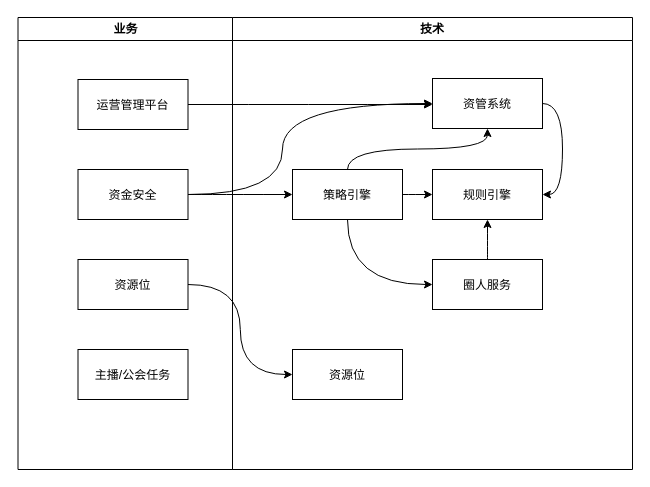
The draw.io diagram buss_to_tech.drawio in carlonelong/pics, before the edit. Source tidied: cells renumbered, new cells numbered last; positions are measured from the earlier drawing's top-left corner, leaving out a move shared by most shapes. Both pictures are drawn from the tidied source at 100%, with x=0, y=0 at pixel (18, 17).
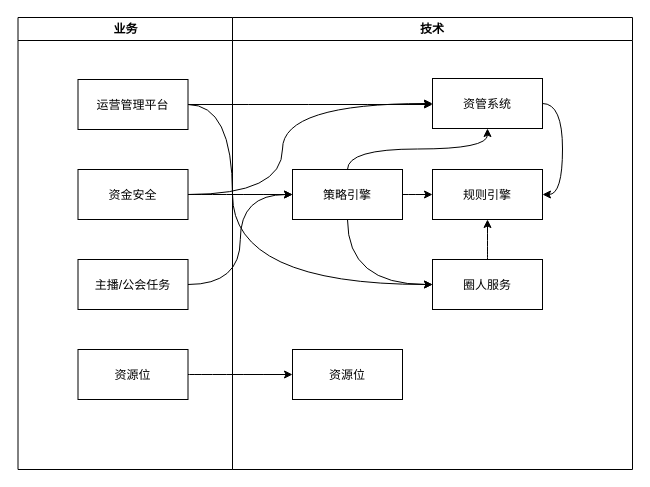
After the change.

Unchanged cells that the change refers to:
```xml
<mxCell id="6" value="圈人服务" parent="2" vertex="1">
  <mxGeometry x="200" y="242" width="110" height="50" as="geometry" />
</mxCell>
<mxCell id="11" value="策略引擎" parent="2" vertex="1">
  <mxGeometry x="60" y="152" width="110" height="50" as="geometry" />
</mxCell>
<mxCell id="13" value="业务" style="swimlane;whiteSpace=wrap;" parent="1" vertex="1">
  <mxGeometry x="-0.5" width="214.5" height="452" as="geometry" />
</mxCell>
<mxCell id="14" value="运营管理平台" parent="13" vertex="1">
  <mxGeometry x="60" y="62" width="110" height="50" as="geometry" />
</mxCell>
```

Diff of the diagram source:
```diff
@@
     <mxCell id="16" value="资源位" parent="13" vertex="1">
-      <mxGeometry x="60" y="242" width="110" height="50" as="geometry" />
+      <mxGeometry x="60" y="332" width="110" height="50" as="geometry" />
     </mxCell>
     <mxCell id="17" value="主播/公会任务" parent="13" vertex="1">
-      <mxGeometry x="60" y="332" width="110" height="50" as="geometry" />
+      <mxGeometry x="60" y="242" width="110" height="50" as="geometry" />
     </mxCell>
@@
+    <mxCell id="22" style="edgeStyle=orthogonalEdgeStyle;curved=1;rounded=0;jettySize=auto;html=1;exitX=1;exitY=0.5;exitDx=0;exitDy=0;entryX=0;entryY=0.5;entryDx=0;entryDy=0;" parent="1" edge="1" source="17" target="11">
+      <mxGeometry relative="1" as="geometry" />
+    </mxCell>
+    <mxCell id="23" style="edgeStyle=orthogonalEdgeStyle;curved=1;rounded=0;jettySize=auto;html=1;exitX=1;exitY=0.5;exitDx=0;exitDy=0;entryX=0;entryY=0.5;entryDx=0;entryDy=0;" parent="1" edge="1" source="14" target="6">
+      <mxGeometry relative="1" as="geometry">
+        <Array as="points">
+          <mxPoint x="214" y="87" />
+          <mxPoint x="214" y="267" />
+        </Array>
+      </mxGeometry>
+    </mxCell>
```
